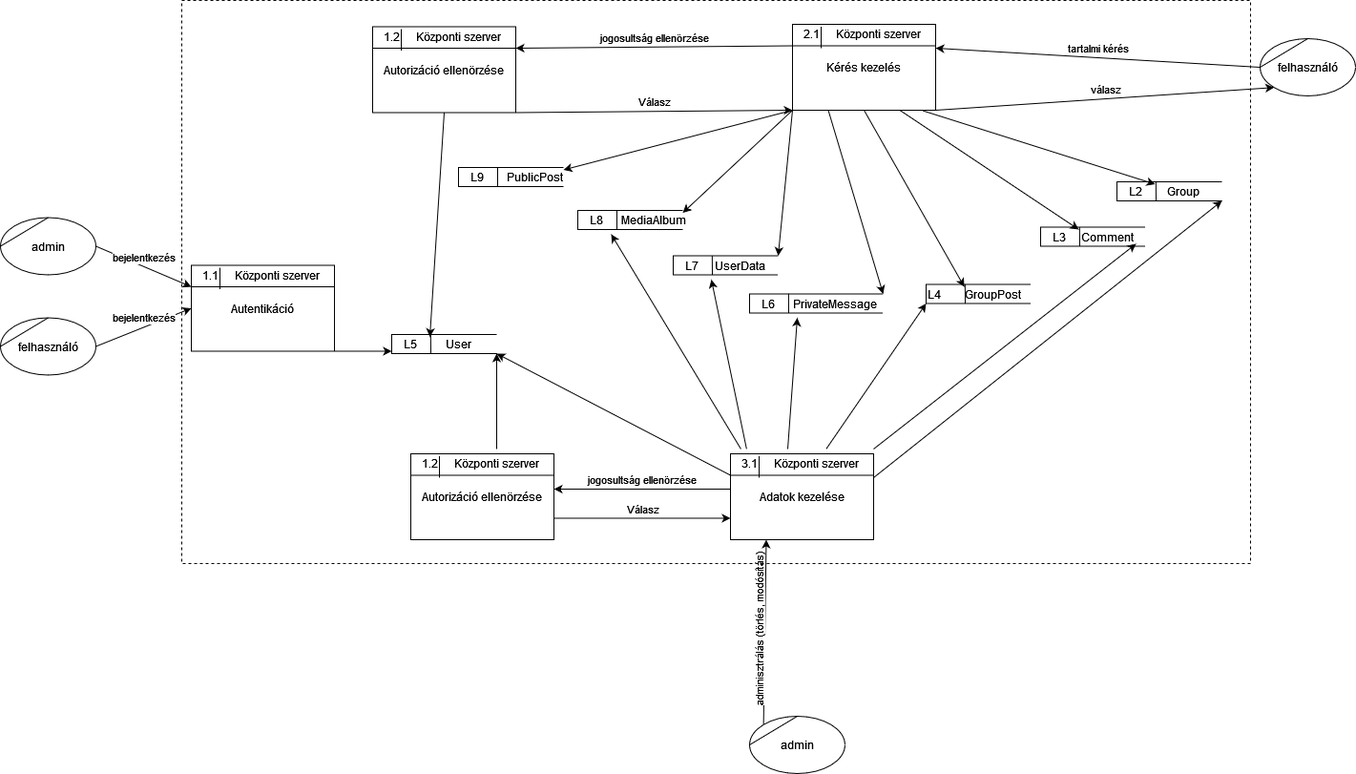
Above: documentation/diagrams/adatfolyam 2 L.drawio.png in AasinR/post-request (draw.io), before the change. Source tidied: cells renumbered, new cells last; positions are measured from the earlier drawing's top-left corner, leaving out a move shared by most shapes.
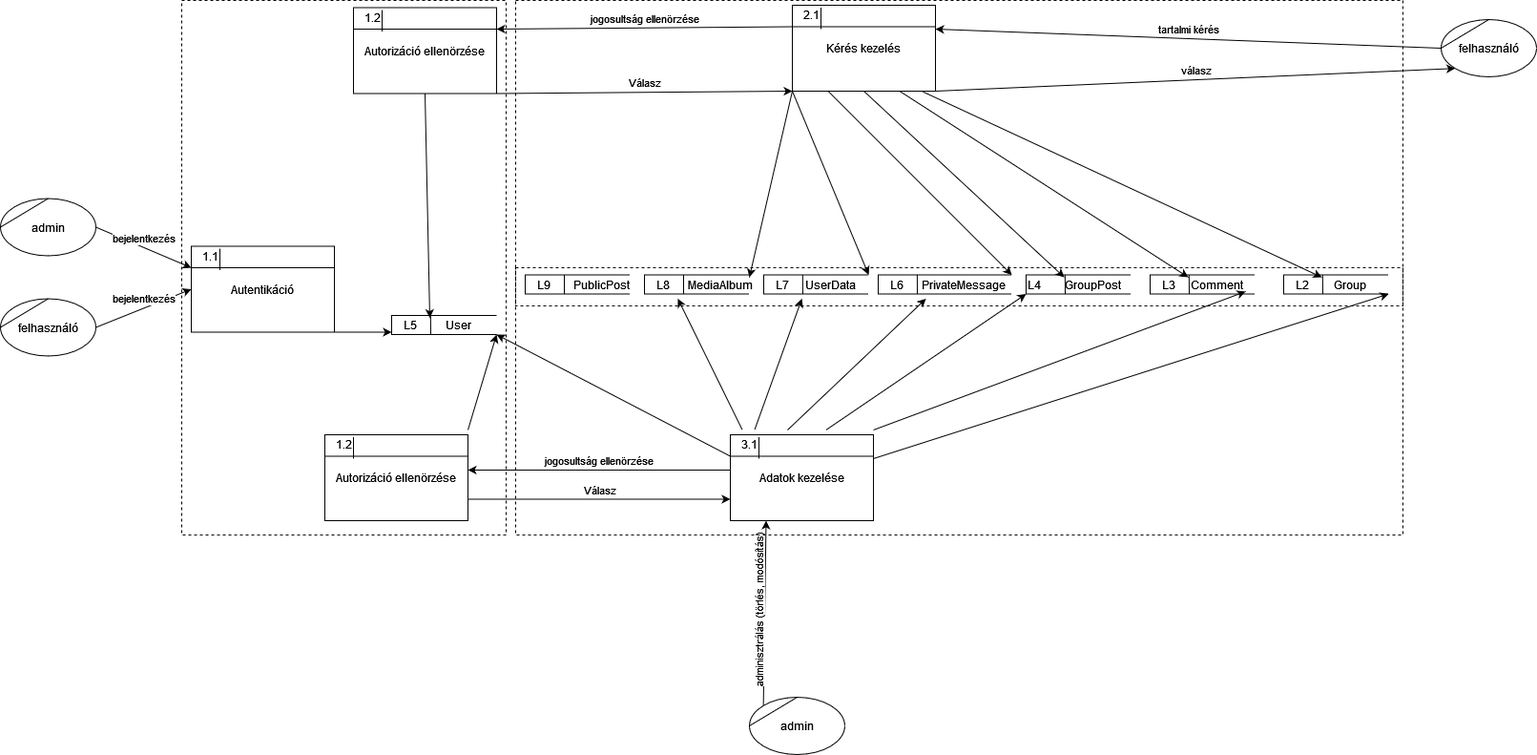
After the change.

Diff of the diagram source:
```diff
@@ -10,5 +10,2 @@
     </mxCell>
-    <mxCell id="4" value="Központi szerver" style="text;html=1;strokeColor=none;fillColor=none;align=center;verticalAlign=middle;whiteSpace=wrap;rounded=0;" parent="1" vertex="1">
-      <mxGeometry x="860" y="20" width="120" height="30" as="geometry" />
-    </mxCell>
     <mxCell id="5" style="endArrow=none;html=1;rounded=0;entryX=1;entryY=0.25;entryDx=0;entryDy=0;exitX=0;exitY=0.25;exitDx=0;exitDy=0;" parent="1" edge="1" source="2" target="2">
@@ -16,20 +13,22 @@
     </mxCell>
-    <mxCell id="6" style="endArrow=none;html=1;rounded=0;entryX=0;entryY=0.25;entryDx=0;entryDy=0;exitX=0;exitY=1;exitDx=0;exitDy=0;" parent="1" edge="1" source="4" target="4">
-      <mxGeometry relative="1" as="geometry" />
+    <mxCell id="6" style="endArrow=none;html=1;rounded=0;entryX=0;entryY=0.25;entryDx=0;entryDy=0;exitX=0;exitY=1;exitDx=0;exitDy=0;" parent="1" edge="1">
+      <mxGeometry relative="1" as="geometry">
+        <mxPoint x="860" y="50" as="sourcePoint" />
+        <mxPoint x="860" y="27.5" as="targetPoint" />
+      </mxGeometry>
     </mxCell>
     <mxCell id="7" value="&lt;div&gt;felhasználó&lt;/div&gt;" style="ellipse;whiteSpace=wrap;html=1;" parent="1" vertex="1">
-      <mxGeometry x="1320" y="40" width="100" height="60" as="geometry" />
+      <mxGeometry x="1510" y="40" width="100" height="60" as="geometry" />
     </mxCell>
-    <mxCell id="8" value="tartalmi kérés" style="endArrow=classic;html=1;rounded=0;entryX=1;entryY=1;entryDx=0;entryDy=0;exitX=0;exitY=0.5;exitDx=0;exitDy=0;horizontal=1;verticalAlign=bottom;" parent="1" edge="1" source="7" target="4">
-      <mxGeometry relative="1" as="geometry" />
+    <mxCell id="8" value="tartalmi kérés" style="endArrow=classic;html=1;rounded=0;entryX=1;entryY=1;entryDx=0;entryDy=0;exitX=0;exitY=0.5;exitDx=0;exitDy=0;horizontal=1;verticalAlign=bottom;" parent="1" edge="1" source="7">
+      <mxGeometry relative="1" as="geometry">
+        <mxPoint x="980" y="50" as="targetPoint" />
+      </mxGeometry>
     </mxCell>
     <mxCell id="9" value="Autorizáció ellenörzése" style="rounded=0;whiteSpace=wrap;html=1;fillColor=default;" parent="1" vertex="1">
-      <mxGeometry x="390" y="27.5" width="150" height="90" as="geometry" />
+      <mxGeometry x="370" y="27.5" width="150" height="90" as="geometry" />
     </mxCell>
     <mxCell id="10" value="1.2" style="text;html=1;strokeColor=none;fillColor=none;align=center;verticalAlign=middle;whiteSpace=wrap;rounded=0;" parent="1" vertex="1">
-      <mxGeometry x="380" y="22.5" width="60" height="30" as="geometry" />
+      <mxGeometry x="360" y="22.5" width="60" height="30" as="geometry" />
     </mxCell>
-    <mxCell id="11" value="Központi szerver" style="text;html=1;strokeColor=none;fillColor=none;align=center;verticalAlign=middle;whiteSpace=wrap;rounded=0;" parent="1" vertex="1">
-      <mxGeometry x="420" y="22.5" width="120" height="30" as="geometry" />
-    </mxCell>
     <mxCell id="12" style="endArrow=none;html=1;rounded=0;entryX=1;entryY=0.25;entryDx=0;entryDy=0;exitX=0;exitY=0.25;exitDx=0;exitDy=0;" parent="1" edge="1" source="9" target="9">
@@ -37,4 +36,7 @@
     </mxCell>
-    <mxCell id="13" style="endArrow=none;html=1;rounded=0;entryX=0;entryY=0.25;entryDx=0;entryDy=0;exitX=0;exitY=1;exitDx=0;exitDy=0;" parent="1" edge="1" source="11" target="11">
-      <mxGeometry relative="1" as="geometry" />
+    <mxCell id="13" style="endArrow=none;html=1;rounded=0;entryX=0;entryY=0.25;entryDx=0;entryDy=0;exitX=0;exitY=1;exitDx=0;exitDy=0;" parent="1" edge="1">
+      <mxGeometry relative="1" as="geometry">
+        <mxPoint x="400" y="52.5" as="sourcePoint" />
+        <mxPoint x="400" y="30" as="targetPoint" />
+      </mxGeometry>
     </mxCell>
@@ -47,3 +49,3 @@
     <mxCell id="16" style="strokeWidth=1;html=1;shape=mxgraph.flowchart.annotation_1;align=left;fillColor=#FFFFFF;" parent="1" vertex="1">
-      <mxGeometry x="785" y="307.5" width="140" height="20" as="geometry" />
+      <mxGeometry x="920" y="307.5" width="140" height="20" as="geometry" />
     </mxCell>
@@ -51,3 +53,3 @@
       <mxGeometry relative="1" as="geometry">
-        <mxPoint x="826" y="327.5" as="sourcePoint" />
+        <mxPoint x="961" y="327.5" as="sourcePoint" />
       </mxGeometry>
@@ -55,9 +57,9 @@
     <mxCell id="18" value="L6" style="text;html=1;strokeColor=none;fillColor=none;align=center;verticalAlign=middle;whiteSpace=wrap;rounded=0;" parent="1" vertex="1">
-      <mxGeometry x="775" y="302.5" width="60" height="30" as="geometry" />
+      <mxGeometry x="910" y="302.5" width="60" height="30" as="geometry" />
     </mxCell>
     <mxCell id="19" value="PrivateMessage" style="text;html=1;strokeColor=none;fillColor=none;align=center;verticalAlign=middle;whiteSpace=wrap;rounded=0;" parent="1" vertex="1">
-      <mxGeometry x="845" y="302.5" width="60" height="30" as="geometry" />
+      <mxGeometry x="980" y="302.5" width="60" height="30" as="geometry" />
     </mxCell>
     <mxCell id="20" style="strokeWidth=1;html=1;shape=mxgraph.flowchart.annotation_1;align=left;fillColor=#FFFFFF;" parent="1" vertex="1">
-      <mxGeometry x="705" y="267.5" width="110" height="20" as="geometry" />
+      <mxGeometry x="800" y="307.5" width="110" height="20" as="geometry" />
     </mxCell>
@@ -65,3 +67,3 @@
       <mxGeometry relative="1" as="geometry">
-        <mxPoint x="746" y="287.5" as="sourcePoint" />
+        <mxPoint x="841" y="327.5" as="sourcePoint" />
       </mxGeometry>
@@ -69,9 +71,9 @@
     <mxCell id="22" value="L7" style="text;html=1;strokeColor=none;fillColor=none;align=center;verticalAlign=middle;whiteSpace=wrap;rounded=0;" parent="1" vertex="1">
-      <mxGeometry x="695" y="262.5" width="60" height="30" as="geometry" />
+      <mxGeometry x="790" y="302.5" width="60" height="30" as="geometry" />
     </mxCell>
     <mxCell id="23" value="UserData" style="text;html=1;strokeColor=none;fillColor=none;align=center;verticalAlign=middle;whiteSpace=wrap;rounded=0;" parent="1" vertex="1">
-      <mxGeometry x="745" y="262.5" width="60" height="30" as="geometry" />
+      <mxGeometry x="840" y="302.5" width="60" height="30" as="geometry" />
     </mxCell>
     <mxCell id="24" style="strokeWidth=1;html=1;shape=mxgraph.flowchart.annotation_1;align=left;fillColor=#FFFFFF;" parent="1" vertex="1">
-      <mxGeometry x="605" y="220" width="110" height="20" as="geometry" />
+      <mxGeometry x="675" y="307.5" width="110" height="20" as="geometry" />
     </mxCell>
@@ -79,4 +81,4 @@
       <mxGeometry relative="1" as="geometry">
-        <mxPoint x="646" y="240" as="sourcePoint" />
-        <mxPoint x="646" y="220" as="targetPoint" />
+        <mxPoint x="716" y="327.5" as="sourcePoint" />
+        <mxPoint x="716" y="307.5" as="targetPoint" />
       </mxGeometry>
@@ -84,9 +86,9 @@
     <mxCell id="26" value="L8" style="text;html=1;strokeColor=none;fillColor=none;align=center;verticalAlign=middle;whiteSpace=wrap;rounded=0;" parent="1" vertex="1">
-      <mxGeometry x="595" y="215" width="60" height="30" as="geometry" />
+      <mxGeometry x="665" y="302.5" width="60" height="30" as="geometry" />
     </mxCell>
     <mxCell id="27" value="MediaAlbum" style="text;html=1;strokeColor=none;fillColor=none;align=center;verticalAlign=middle;whiteSpace=wrap;rounded=0;" parent="1" vertex="1">
-      <mxGeometry x="655" y="215" width="60" height="30" as="geometry" />
+      <mxGeometry x="725" y="302.5" width="60" height="30" as="geometry" />
     </mxCell>
     <mxCell id="28" style="strokeWidth=1;html=1;shape=mxgraph.flowchart.annotation_1;align=left;fillColor=#FFFFFF;" parent="1" vertex="1">
-      <mxGeometry x="480" y="175" width="110" height="20" as="geometry" />
+      <mxGeometry x="550" y="307.5" width="110" height="20" as="geometry" />
     </mxCell>
@@ -94,4 +96,4 @@
       <mxGeometry relative="1" as="geometry">
-        <mxPoint x="521" y="195" as="sourcePoint" />
-        <mxPoint x="521" y="175" as="targetPoint" />
+        <mxPoint x="591" y="327.5" as="sourcePoint" />
+        <mxPoint x="591" y="307.5" as="targetPoint" />
       </mxGeometry>
@@ -99,9 +101,9 @@
     <mxCell id="30" value="L9" style="text;html=1;strokeColor=none;fillColor=none;align=center;verticalAlign=middle;whiteSpace=wrap;rounded=0;" parent="1" vertex="1">
-      <mxGeometry x="470" y="170" width="60" height="30" as="geometry" />
+      <mxGeometry x="540" y="302.5" width="60" height="30" as="geometry" />
     </mxCell>
     <mxCell id="31" value="PublicPost" style="text;html=1;strokeColor=none;fillColor=none;align=center;verticalAlign=middle;whiteSpace=wrap;rounded=0;" parent="1" vertex="1">
-      <mxGeometry x="530" y="170" width="60" height="30" as="geometry" />
+      <mxGeometry x="600" y="302.5" width="60" height="30" as="geometry" />
     </mxCell>
     <mxCell id="32" style="strokeWidth=1;html=1;shape=mxgraph.flowchart.annotation_1;align=left;fillColor=#FFFFFF;" parent="1" vertex="1">
-      <mxGeometry x="1170" y="190" width="110" height="20" as="geometry" />
+      <mxGeometry x="1345" y="307.5" width="110" height="20" as="geometry" />
     </mxCell>
@@ -109,3 +111,3 @@
       <mxGeometry relative="1" as="geometry">
-        <mxPoint x="1211" y="210" as="sourcePoint" />
+        <mxPoint x="1386" y="327.5" as="sourcePoint" />
       </mxGeometry>
@@ -113,9 +115,9 @@
     <mxCell id="34" value="L2" style="text;html=1;strokeColor=none;fillColor=none;align=center;verticalAlign=middle;whiteSpace=wrap;rounded=0;" parent="1" vertex="1">
-      <mxGeometry x="1160" y="185" width="60" height="30" as="geometry" />
+      <mxGeometry x="1335" y="302.5" width="60" height="30" as="geometry" />
     </mxCell>
     <mxCell id="35" value="Group" style="text;html=1;strokeColor=none;fillColor=none;align=center;verticalAlign=middle;whiteSpace=wrap;rounded=0;" parent="1" vertex="1">
-      <mxGeometry x="1210" y="185" width="60" height="30" as="geometry" />
+      <mxGeometry x="1385" y="302.5" width="60" height="30" as="geometry" />
     </mxCell>
     <mxCell id="36" style="strokeWidth=1;html=1;shape=mxgraph.flowchart.annotation_1;align=left;fillColor=#FFFFFF;" parent="1" vertex="1">
-      <mxGeometry x="1090" y="237.5" width="110" height="20" as="geometry" />
+      <mxGeometry x="1205" y="307.5" width="110" height="20" as="geometry" />
     </mxCell>
@@ -123,3 +125,3 @@
       <mxGeometry relative="1" as="geometry">
-        <mxPoint x="1131" y="257.5" as="sourcePoint" />
+        <mxPoint x="1246" y="327.5" as="sourcePoint" />
       </mxGeometry>
@@ -127,9 +129,9 @@
     <mxCell id="38" value="L3" style="text;html=1;strokeColor=none;fillColor=none;align=center;verticalAlign=middle;whiteSpace=wrap;rounded=0;" parent="1" vertex="1">
-      <mxGeometry x="1080" y="232.5" width="60" height="30" as="geometry" />
+      <mxGeometry x="1195" y="302.5" width="60" height="30" as="geometry" />
     </mxCell>
     <mxCell id="39" value="&lt;div&gt;Comment&lt;/div&gt;" style="text;html=1;strokeColor=none;fillColor=none;align=center;verticalAlign=middle;whiteSpace=wrap;rounded=0;" parent="1" vertex="1">
-      <mxGeometry x="1130" y="232.5" width="60" height="30" as="geometry" />
+      <mxGeometry x="1245" y="302.5" width="60" height="30" as="geometry" />
     </mxCell>
     <mxCell id="40" value="L4" style="strokeWidth=1;html=1;shape=mxgraph.flowchart.annotation_1;align=left;fillColor=#FFFFFF;" parent="1" vertex="1">
-      <mxGeometry x="970" y="297.5" width="110" height="20" as="geometry" />
+      <mxGeometry x="1075" y="307.5" width="110" height="20" as="geometry" />
     </mxCell>
@@ -137,3 +139,3 @@
       <mxGeometry relative="1" as="geometry">
-        <mxPoint x="1011" y="317.5" as="sourcePoint" />
+        <mxPoint x="1116" y="327.5" as="sourcePoint" />
       </mxGeometry>
@@ -141,3 +143,3 @@
     <mxCell id="42" value="GroupPost" style="text;html=1;strokeColor=none;fillColor=none;align=center;verticalAlign=middle;whiteSpace=wrap;rounded=0;" parent="1" vertex="1">
-      <mxGeometry x="1010" y="292.5" width="60" height="30" as="geometry" />
+      <mxGeometry x="1115" y="302.5" width="60" height="30" as="geometry" />
     </mxCell>
@@ -146,5 +148,2 @@
     </mxCell>
-    <mxCell id="44" style="endArrow=classic;html=1;rounded=0;entryX=1;entryY=0.25;entryDx=0;entryDy=0;exitX=0;exitY=1;exitDx=0;exitDy=0;" parent="1" edge="1" source="2" target="31">
-      <mxGeometry relative="1" as="geometry" />
-    </mxCell>
     <mxCell id="45" style="endArrow=classic;html=1;rounded=0;entryX=1;entryY=0.25;entryDx=0;entryDy=0;exitX=0;exitY=1;exitDx=0;exitDy=0;" parent="1" edge="1" source="2" target="27">
@@ -169,3 +168,3 @@
       <mxGeometry relative="1" as="geometry">
-        <mxPoint x="1320" y="70" as="sourcePoint" />
+        <mxPoint x="1510" y="70" as="sourcePoint" />
       </mxGeometry>
@@ -178,5 +177,2 @@
     </mxCell>
-    <mxCell id="54" value="Központi szerver" style="text;html=1;strokeColor=none;fillColor=none;align=center;verticalAlign=middle;whiteSpace=wrap;rounded=0;" parent="1" vertex="1">
-      <mxGeometry x="230" y="272.5" width="120" height="30" as="geometry" />
-    </mxCell>
     <mxCell id="55" style="endArrow=none;html=1;rounded=0;entryX=1;entryY=0.25;entryDx=0;entryDy=0;exitX=0;exitY=0.25;exitDx=0;exitDy=0;" parent="1" edge="1" source="52" target="52">
@@ -184,4 +180,7 @@
     </mxCell>
-    <mxCell id="56" style="endArrow=none;html=1;rounded=0;entryX=0;entryY=0.25;entryDx=0;entryDy=0;exitX=0;exitY=1;exitDx=0;exitDy=0;" parent="1" edge="1" source="54" target="54">
-      <mxGeometry relative="1" as="geometry" />
+    <mxCell id="56" style="endArrow=none;html=1;rounded=0;entryX=0;entryY=0.25;entryDx=0;entryDy=0;exitX=0;exitY=1;exitDx=0;exitDy=0;" parent="1" edge="1">
+      <mxGeometry relative="1" as="geometry">
+        <mxPoint x="230" y="302.5" as="sourcePoint" />
+        <mxPoint x="230" y="280" as="targetPoint" />
+      </mxGeometry>
     </mxCell>
@@ -240,5 +239,2 @@
     </mxCell>
-    <mxCell id="72" value="Központi szerver" style="text;html=1;strokeColor=none;fillColor=none;align=center;verticalAlign=middle;whiteSpace=wrap;rounded=0;" parent="1" vertex="1">
-      <mxGeometry x="795" y="470" width="120" height="30" as="geometry" />
-    </mxCell>
     <mxCell id="73" style="endArrow=none;html=1;rounded=0;entryX=1;entryY=0.25;entryDx=0;entryDy=0;exitX=0;exitY=0.25;exitDx=0;exitDy=0;" parent="1" edge="1" source="70" target="70">
@@ -246,4 +242,7 @@
     </mxCell>
-    <mxCell id="74" style="endArrow=none;html=1;rounded=0;entryX=0;entryY=0.25;entryDx=0;entryDy=0;exitX=0;exitY=1;exitDx=0;exitDy=0;" parent="1" edge="1" source="72" target="72">
-      <mxGeometry relative="1" as="geometry" />
+    <mxCell id="74" style="endArrow=none;html=1;rounded=0;entryX=0;entryY=0.25;entryDx=0;entryDy=0;exitX=0;exitY=1;exitDx=0;exitDy=0;" parent="1" edge="1">
+      <mxGeometry relative="1" as="geometry">
+        <mxPoint x="795" y="500" as="sourcePoint" />
+        <mxPoint x="795" y="477.5" as="targetPoint" />
+      </mxGeometry>
     </mxCell>
@@ -261,14 +260,13 @@
     </mxCell>
-    <mxCell id="79" style="endArrow=classic;html=1;rounded=0;fontSize=11;entryX=1;entryY=1;entryDx=0;entryDy=0;exitX=0.25;exitY=0;exitDx=0;exitDy=0;" parent="1" edge="1" source="72" target="18">
-      <mxGeometry relative="1" as="geometry" />
+    <mxCell id="79" style="endArrow=classic;html=1;rounded=0;fontSize=11;entryX=1;entryY=1;entryDx=0;entryDy=0;exitX=0.25;exitY=0;exitDx=0;exitDy=0;" parent="1" edge="1" target="18">
+      <mxGeometry relative="1" as="geometry">
+        <mxPoint x="825" y="470" as="sourcePoint" />
+      </mxGeometry>
     </mxCell>
     <mxCell id="80" value="Autorizáció ellenörzése" style="rounded=0;whiteSpace=wrap;html=1;fillColor=default;" parent="1" vertex="1">
-      <mxGeometry x="430" y="475" width="150" height="90" as="geometry" />
+      <mxGeometry x="340" y="475" width="150" height="90" as="geometry" />
     </mxCell>
     <mxCell id="81" value="1.2" style="text;html=1;strokeColor=none;fillColor=none;align=center;verticalAlign=middle;whiteSpace=wrap;rounded=0;" parent="1" vertex="1">
-      <mxGeometry x="420" y="470" width="60" height="30" as="geometry" />
+      <mxGeometry x="330" y="470" width="60" height="30" as="geometry" />
     </mxCell>
-    <mxCell id="82" value="Központi szerver" style="text;html=1;strokeColor=none;fillColor=none;align=center;verticalAlign=middle;whiteSpace=wrap;rounded=0;" parent="1" vertex="1">
-      <mxGeometry x="460" y="470" width="120" height="30" as="geometry" />
-    </mxCell>
     <mxCell id="83" style="endArrow=none;html=1;rounded=0;entryX=1;entryY=0.25;entryDx=0;entryDy=0;exitX=0;exitY=0.25;exitDx=0;exitDy=0;" parent="1" edge="1" source="80" target="80">
@@ -276,4 +274,7 @@
     </mxCell>
-    <mxCell id="84" style="endArrow=none;html=1;rounded=0;entryX=0;entryY=0.25;entryDx=0;entryDy=0;exitX=0;exitY=1;exitDx=0;exitDy=0;" parent="1" edge="1" source="82" target="82">
-      <mxGeometry relative="1" as="geometry" />
+    <mxCell id="84" style="endArrow=none;html=1;rounded=0;entryX=0;entryY=0.25;entryDx=0;entryDy=0;exitX=0;exitY=1;exitDx=0;exitDy=0;" parent="1" edge="1">
+      <mxGeometry relative="1" as="geometry">
+        <mxPoint x="370" y="500" as="sourcePoint" />
+        <mxPoint x="370" y="477.5" as="targetPoint" />
+      </mxGeometry>
     </mxCell>
@@ -285,13 +286,19 @@
     </mxCell>
-    <mxCell id="87" style="endArrow=classic;html=1;rounded=0;fontSize=11;entryX=0;entryY=1;entryDx=0;entryDy=0;entryPerimeter=0;" parent="1" edge="1" source="72" target="40">
-      <mxGeometry relative="1" as="geometry" />
+    <mxCell id="87" style="endArrow=classic;html=1;rounded=0;fontSize=11;entryX=0;entryY=1;entryDx=0;entryDy=0;entryPerimeter=0;" parent="1" edge="1" target="40">
+      <mxGeometry relative="1" as="geometry">
+        <mxPoint x="865.3" y="470" as="sourcePoint" />
+      </mxGeometry>
     </mxCell>
-    <mxCell id="88" style="endArrow=classic;html=1;rounded=0;fontSize=11;entryX=1;entryY=0.75;entryDx=0;entryDy=0;exitX=1;exitY=0;exitDx=0;exitDy=0;" parent="1" edge="1" source="72" target="39">
-      <mxGeometry relative="1" as="geometry" />
+    <mxCell id="88" style="endArrow=classic;html=1;rounded=0;fontSize=11;entryX=1;entryY=0.75;entryDx=0;entryDy=0;exitX=1;exitY=0;exitDx=0;exitDy=0;" parent="1" edge="1" target="39">
+      <mxGeometry relative="1" as="geometry">
+        <mxPoint x="915" y="470" as="sourcePoint" />
+      </mxGeometry>
     </mxCell>
-    <mxCell id="89" style="endArrow=classic;html=1;rounded=0;fontSize=11;entryX=1;entryY=1;entryDx=0;entryDy=0;entryPerimeter=0;exitX=1;exitY=1;exitDx=0;exitDy=0;" parent="1" edge="1" source="72" target="32">
-      <mxGeometry relative="1" as="geometry" />
+    <mxCell id="89" style="endArrow=classic;html=1;rounded=0;fontSize=11;entryX=1;entryY=1;entryDx=0;entryDy=0;entryPerimeter=0;exitX=1;exitY=1;exitDx=0;exitDy=0;" parent="1" edge="1" target="32">
+      <mxGeometry relative="1" as="geometry">
+        <mxPoint x="915" y="500" as="sourcePoint" />
+      </mxGeometry>
     </mxCell>
     <mxCell id="90" style="rounded=0;whiteSpace=wrap;html=1;fontSize=12;strokeWidth=1;fillColor=none;dashed=1;" parent="1" vertex="1">
-      <mxGeometry x="190" width="1120" height="590" as="geometry" />
+      <mxGeometry x="540" y="300" width="930" height="280" as="geometry" />
     </mxCell>
@@ -300,5 +307,13 @@
     </mxCell>
-    <mxCell id="92" style="endArrow=classic;html=1;rounded=0;entryX=1;entryY=1;entryDx=0;entryDy=0;entryPerimeter=0;" parent="1" edge="1" source="82" target="57">
-      <mxGeometry relative="1" as="geometry" />
+    <mxCell id="92" style="endArrow=classic;html=1;rounded=0;entryX=1;entryY=1;entryDx=0;entryDy=0;entryPerimeter=0;" parent="1" edge="1" target="57">
+      <mxGeometry relative="1" as="geometry">
+        <mxPoint x="490" y="470" as="sourcePoint" />
+      </mxGeometry>
     </mxCell>
+    <mxCell id="93" style="rounded=0;whiteSpace=wrap;html=1;fontSize=12;strokeWidth=1;fillColor=none;dashed=1;" parent="1" vertex="1">
+      <mxGeometry x="190" y="20" width="340" height="560" as="geometry" />
+    </mxCell>
+    <mxCell id="94" style="rounded=0;whiteSpace=wrap;html=1;fontSize=12;strokeWidth=1;fillColor=none;dashed=1;" parent="1" vertex="1">
+      <mxGeometry x="540" y="20" width="930" height="320" as="geometry" />
+    </mxCell>
   </root>
```
